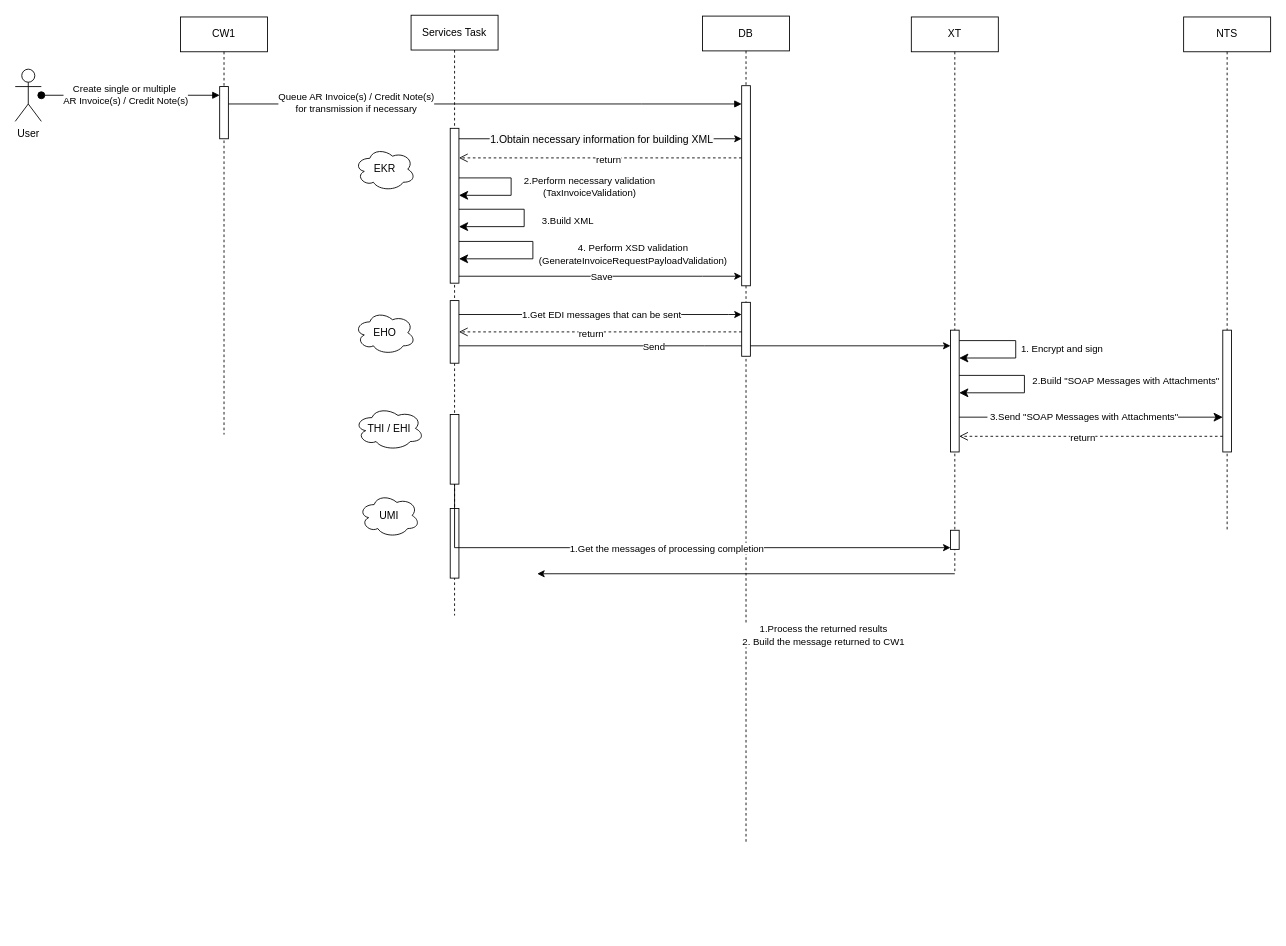
The draw.io diagram 未命名绘图.drawio in JingwenLi/MyTestProjects, before the edit. Source tidied: cells renumbered, new cells numbered last; positions are measured from the earlier drawing's top-left corner, leaving out a move shared by most shapes. Both pictures are drawn from the tidied source at 87%, with x=0, y=0 at pixel (15, 15).
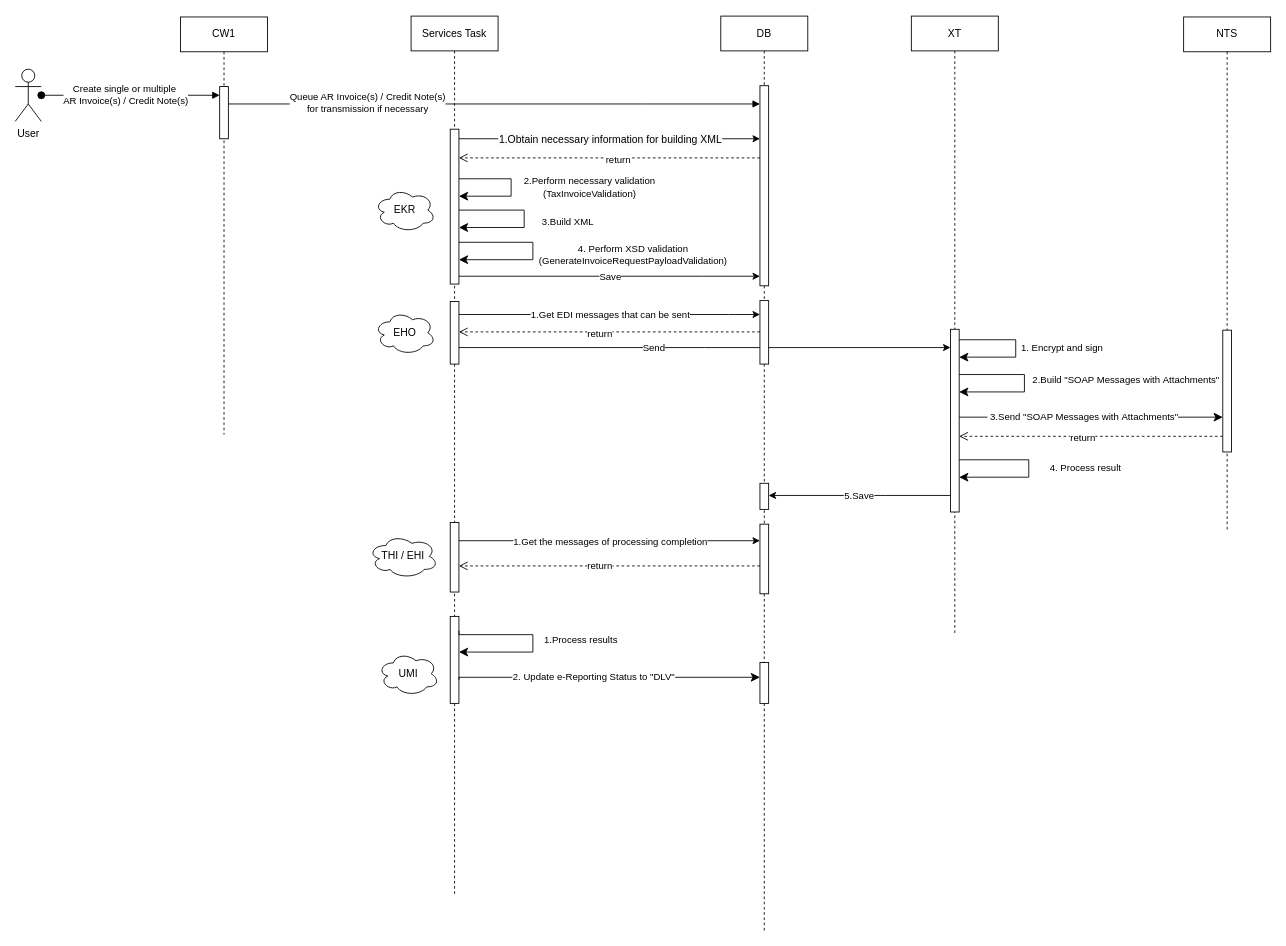
The same page after the edit.

Commit message:
更新未命名绘图.drawio

Unchanged cells that the change refers to:
```xml
<mxCell id="15" style="html=1;points=[];perimeter=orthogonalPerimeter;outlineConnect=0;targetShapes=umlLifeline;portConstraint=eastwest;newEdgeStyle={&quot;edgeStyle&quot;:&quot;elbowEdgeStyle&quot;,&quot;elbow&quot;:&quot;vertical&quot;,&quot;curved&quot;:0,&quot;rounded&quot;:0};" parent="14" vertex="1">
  <mxGeometry x="45" y="80" width="10" height="230" as="geometry" />
</mxCell>
```

The edit, as a diff of the source:
```diff
@@
+    <mxCell id="39" style="edgeStyle=elbowEdgeStyle;rounded=0;orthogonalLoop=1;jettySize=auto;html=1;elbow=vertical;curved=0;" parent="1" edge="1">
+      <mxGeometry relative="1" as="geometry">
+        <mxPoint x="510" y="382" as="sourcePoint" />
+        <mxPoint x="1075" y="382" as="targetPoint" />
+      </mxGeometry>
+    </mxCell>
+    <mxCell id="40" value="Send" style="edgeLabel;html=1;align=center;verticalAlign=middle;" parent="39" vertex="1">
+      <mxGeometry x="-0.21" relative="1" as="geometry" />
+    </mxCell>
     <mxCell id="2" value="Services Task" style="shape=umlLifeline;perimeter=lifelinePerimeter;whiteSpace=wrap;html=1;outlineConnect=0;portConstraint=eastwest;newEdgeStyle={&quot;edgeStyle&quot;:&quot;elbowEdgeStyle&quot;,&quot;elbow&quot;:&quot;vertical&quot;,&quot;curved&quot;:0,&quot;rounded&quot;:0};" parent="1" vertex="1">
-      <mxGeometry x="455" width="100" height="690" as="geometry" />
+      <mxGeometry x="455" y="1" width="100" height="1011" as="geometry" />
     </mxCell>
@@
     <mxCell id="5" style="html=1;points=[];perimeter=orthogonalPerimeter;outlineConnect=0;targetShapes=umlLifeline;portConstraint=eastwest;newEdgeStyle={&quot;edgeStyle&quot;:&quot;elbowEdgeStyle&quot;,&quot;elbow&quot;:&quot;vertical&quot;,&quot;curved&quot;:0,&quot;rounded&quot;:0};" parent="2" vertex="1">
-      <mxGeometry x="45" y="459" width="10" height="80" as="geometry" />
+      <mxGeometry x="45" y="582" width="10" height="80" as="geometry" />
     </mxCell>
     <mxCell id="6" style="html=1;points=[];perimeter=orthogonalPerimeter;outlineConnect=0;targetShapes=umlLifeline;portConstraint=eastwest;newEdgeStyle={&quot;edgeStyle&quot;:&quot;elbowEdgeStyle&quot;,&quot;elbow&quot;:&quot;vertical&quot;,&quot;curved&quot;:0,&quot;rounded&quot;:0};" parent="2" vertex="1">
-      <mxGeometry x="45" y="567" width="10" height="80" as="geometry" />
+      <mxGeometry x="45" y="690" width="10" height="100" as="geometry" />
     </mxCell>
@@
+    <mxCell id="51" value="1.Process results" style="edgeStyle=segmentEdgeStyle;endArrow=classic;html=1;curved=0;rounded=0;endSize=8;startSize=8;exitX=1;exitY=0.163;exitDx=0;exitDy=0;exitPerimeter=0;" parent="2" edge="1" source="6" target="6">
+      <mxGeometry y="55" relative="1" as="geometry">
+        <Array as="points">
+          <mxPoint x="140" y="711" />
+          <mxPoint x="140" y="731" />
+        </Array>
+        <mxPoint y="-1" as="offset" />
+      </mxGeometry>
+    </mxCell>
@@
     <mxCell id="14" value="DB" style="shape=umlLifeline;perimeter=lifelinePerimeter;whiteSpace=wrap;html=1;outlineConnect=0;portConstraint=eastwest;newEdgeStyle={&quot;edgeStyle&quot;:&quot;elbowEdgeStyle&quot;,&quot;elbow&quot;:&quot;vertical&quot;,&quot;curved&quot;:0,&quot;rounded&quot;:0};" parent="1" vertex="1">
-      <mxGeometry x="790" y="1" width="100" height="951" as="geometry" />
+      <mxGeometry x="811" y="1" width="100" height="1051" as="geometry" />
     </mxCell>
@@
+    <mxCell id="41" style="html=1;points=[];perimeter=orthogonalPerimeter;outlineConnect=0;targetShapes=umlLifeline;portConstraint=eastwest;newEdgeStyle={&quot;edgeStyle&quot;:&quot;elbowEdgeStyle&quot;,&quot;elbow&quot;:&quot;vertical&quot;,&quot;curved&quot;:0,&quot;rounded&quot;:0};" parent="14" vertex="1">
+      <mxGeometry x="45" y="327" width="10" height="73" as="geometry" />
+    </mxCell>
+    <mxCell id="20" style="html=1;points=[];perimeter=orthogonalPerimeter;outlineConnect=0;targetShapes=umlLifeline;portConstraint=eastwest;newEdgeStyle={&quot;edgeStyle&quot;:&quot;elbowEdgeStyle&quot;,&quot;elbow&quot;:&quot;vertical&quot;,&quot;curved&quot;:0,&quot;rounded&quot;:0};" parent="14" vertex="1">
+      <mxGeometry x="45" y="584" width="10" height="80" as="geometry" />
+    </mxCell>
+    <mxCell id="52" style="html=1;perimeter=orthogonalPerimeter;targetShapes=umlLifeline;newEdgeStyle={&quot;edgeStyle&quot;:&quot;elbowEdgeStyle&quot;,&quot;elbow&quot;:&quot;vertical&quot;,&quot;curved&quot;:0,&quot;rounded&quot;:0};" parent="14" vertex="1">
+      <mxGeometry x="45" y="743" width="10" height="47" as="geometry" />
+    </mxCell>
@@
     <mxCell id="18" value="XT" style="shape=umlLifeline;perimeter=lifelinePerimeter;whiteSpace=wrap;html=1;newEdgeStyle={&quot;edgeStyle&quot;:&quot;elbowEdgeStyle&quot;,&quot;elbow&quot;:&quot;vertical&quot;,&quot;curved&quot;:0,&quot;rounded&quot;:0};" parent="1" vertex="1">
-      <mxGeometry x="1030" y="2" width="100" height="640" as="geometry" />
+      <mxGeometry x="1030" y="1" width="100" height="710" as="geometry" />
     </mxCell>
     <mxCell id="19" style="html=1;points=[];perimeter=orthogonalPerimeter;outlineConnect=0;targetShapes=umlLifeline;portConstraint=eastwest;newEdgeStyle={&quot;edgeStyle&quot;:&quot;elbowEdgeStyle&quot;,&quot;elbow&quot;:&quot;vertical&quot;,&quot;curved&quot;:0,&quot;rounded&quot;:0};" parent="18" vertex="1">
-      <mxGeometry x="45" y="360" width="10" height="140" as="geometry" />
+      <mxGeometry x="45" y="360" width="10" height="210" as="geometry" />
     </mxCell>
-    <mxCell id="20" style="html=1;points=[];perimeter=orthogonalPerimeter;outlineConnect=0;targetShapes=umlLifeline;portConstraint=eastwest;newEdgeStyle={&quot;edgeStyle&quot;:&quot;elbowEdgeStyle&quot;,&quot;elbow&quot;:&quot;vertical&quot;,&quot;curved&quot;:0,&quot;rounded&quot;:0};" parent="18" vertex="1">
-      <mxGeometry x="45" y="590" width="10" height="22" as="geometry" />
-    </mxCell>
@@
+    <mxCell id="53" value="4. Process result" style="edgeStyle=segmentEdgeStyle;endArrow=classic;html=1;curved=0;rounded=0;endSize=8;startSize=8;" parent="18" edge="1" source="19" target="19">
+      <mxGeometry y="65" relative="1" as="geometry">
+        <Array as="points">
+          <mxPoint x="135" y="510" />
+          <mxPoint x="135" y="530" />
+        </Array>
+        <mxPoint y="-1" as="offset" />
+      </mxGeometry>
+    </mxCell>
@@
-    <mxCell id="25" style="edgeStyle=elbowEdgeStyle;rounded=0;orthogonalLoop=1;jettySize=auto;html=1;elbow=vertical;curved=0;" parent="1" edge="1">
+    <mxCell id="25" style="edgeStyle=elbowEdgeStyle;rounded=0;jettySize=auto;html=1;elbow=vertical;curved=0;" parent="1" edge="1" target="15">
       <mxGeometry relative="1" as="geometry">
         <mxPoint x="510" y="300" as="sourcePoint" />
-        <mxPoint x="835" y="300" as="targetPoint" />
         <Array as="points">
           <mxPoint x="790" y="300" />
           <mxPoint x="750" y="280" />
           <mxPoint x="790" y="300" />
           <mxPoint x="810" y="210" />
           <mxPoint x="790" y="230" />
           <mxPoint x="825" y="170" />
           <mxPoint x="785" y="160" />
           <mxPoint x="585" y="110" />
           <mxPoint x="615" y="100" />
         </Array>
       </mxGeometry>
     </mxCell>
@@
-    <mxCell id="27" style="edgeStyle=elbowEdgeStyle;rounded=0;orthogonalLoop=1;jettySize=auto;html=1;elbow=vertical;curved=0;" parent="1" edge="1">
-      <mxGeometry relative="1" as="geometry">
-        <mxPoint x="1080" y="642" as="sourcePoint" />
-        <mxPoint x="600" y="642" as="targetPoint" />
-      </mxGeometry>
-    </mxCell>
-    <mxCell id="28" value="1.Process the returned results&lt;br&gt;2.&amp;nbsp;Build the message returned to CW1" style="edgeLabel;html=1;align=center;verticalAlign=middle;" parent="27" vertex="1">
-      <mxGeometry x="-0.43" y="-5" relative="1" as="geometry">
-        <mxPoint x="-15" y="75" as="offset" />
-      </mxGeometry>
-    </mxCell>
     <mxCell id="29" value="EKR" style="ellipse;shape=cloud;whiteSpace=wrap;html=1;" parent="1" vertex="1">
-      <mxGeometry x="390" y="152" width="70" height="50" as="geometry" />
+      <mxGeometry x="413" y="199" width="70" height="50" as="geometry" />
     </mxCell>
     <mxCell id="30" value="EHO" style="ellipse;shape=cloud;whiteSpace=wrap;html=1;" parent="1" vertex="1">
-      <mxGeometry x="390" y="340" width="70" height="50" as="geometry" />
+      <mxGeometry x="413" y="340" width="70" height="50" as="geometry" />
     </mxCell>
     <mxCell id="31" value="THI / EHI" style="ellipse;shape=cloud;whiteSpace=wrap;html=1;" parent="1" vertex="1">
-      <mxGeometry x="390" y="450" width="80" height="50" as="geometry" />
+      <mxGeometry x="406" y="597" width="80" height="50" as="geometry" />
     </mxCell>
     <mxCell id="32" value="UMI" style="ellipse;shape=cloud;whiteSpace=wrap;html=1;" parent="1" vertex="1">
-      <mxGeometry x="395" y="550" width="70" height="50" as="geometry" />
+      <mxGeometry x="417" y="732" width="70" height="50" as="geometry" />
     </mxCell>
@@
-    <mxCell id="35" style="html=1;verticalAlign=bottom;endArrow=open;dashed=1;endSize=8;edgeStyle=elbowEdgeStyle;elbow=vertical;curved=0;rounded=0;" parent="1" edge="1">
+    <mxCell id="35" style="html=1;verticalAlign=bottom;endArrow=open;dashed=1;endSize=8;edgeStyle=elbowEdgeStyle;elbow=vertical;curved=0;rounded=0;" parent="1" edge="1" source="15">
       <mxGeometry x="0.02" y="4" relative="1" as="geometry">
-        <mxPoint x="835" y="164" as="sourcePoint" />
         <mxPoint x="510" y="164" as="targetPoint" />
         <Array as="points">
           <mxPoint x="650" y="164" />
         </Array>
       </mxGeometry>
     </mxCell>
@@
-    <mxCell id="37" style="edgeStyle=elbowEdgeStyle;rounded=0;orthogonalLoop=1;jettySize=auto;html=1;elbow=vertical;curved=0;" parent="1" edge="1">
+    <mxCell id="37" style="edgeStyle=elbowEdgeStyle;rounded=0;jettySize=auto;html=1;elbow=vertical;curved=0;" parent="1" edge="1" target="41">
       <mxGeometry x="0.12" y="10" relative="1" as="geometry">
         <mxPoint x="510" y="344" as="sourcePoint" />
-        <mxPoint x="835" y="344" as="targetPoint" />
         <Array as="points">
           <mxPoint x="820" y="344" />
         </Array>
       </mxGeometry>
     </mxCell>
@@
-    <mxCell id="39" style="edgeStyle=elbowEdgeStyle;rounded=0;orthogonalLoop=1;jettySize=auto;html=1;elbow=vertical;curved=0;" parent="1" edge="1">
-      <mxGeometry relative="1" as="geometry">
-        <mxPoint x="510" y="380" as="sourcePoint" />
-        <mxPoint x="1075" y="380" as="targetPoint" />
-      </mxGeometry>
-    </mxCell>
-    <mxCell id="40" value="Send" style="edgeLabel;html=1;align=center;verticalAlign=middle;" parent="39" vertex="1">
-      <mxGeometry x="-0.21" relative="1" as="geometry" />
-    </mxCell>
-    <mxCell id="41" style="html=1;points=[];perimeter=orthogonalPerimeter;outlineConnect=0;targetShapes=umlLifeline;portConstraint=eastwest;newEdgeStyle={&quot;edgeStyle&quot;:&quot;elbowEdgeStyle&quot;,&quot;elbow&quot;:&quot;vertical&quot;,&quot;curved&quot;:0,&quot;rounded&quot;:0};" parent="1" vertex="1">
-      <mxGeometry x="835" y="330" width="10" height="62" as="geometry" />
-    </mxCell>
@@
-    <mxCell id="44" style="html=1;verticalAlign=bottom;endArrow=open;dashed=1;endSize=8;edgeStyle=elbowEdgeStyle;elbow=vertical;curved=0;rounded=0;" parent="1" edge="1">
+    <mxCell id="44" style="html=1;verticalAlign=bottom;endArrow=open;dashed=1;endSize=8;edgeStyle=elbowEdgeStyle;elbow=vertical;curved=0;rounded=0;" parent="1" edge="1" source="41">
       <mxGeometry x="-0.11" y="-15" relative="1" as="geometry">
-        <mxPoint x="835" y="364" as="sourcePoint" />
         <mxPoint x="510" y="364" as="targetPoint" />
       </mxGeometry>
     </mxCell>
@@
-    <mxCell id="46" style="edgeStyle=elbowEdgeStyle;rounded=0;jettySize=auto;html=1;elbow=vertical;curved=0;" parent="1" edge="1" source="5" target="20">
+    <mxCell id="46" style="edgeStyle=elbowEdgeStyle;rounded=0;orthogonalLoop=1;jettySize=auto;html=1;elbow=vertical;curved=0;" parent="1" edge="1">
       <mxGeometry x="0.12" y="10" relative="1" as="geometry">
+        <mxPoint x="510" y="604" as="sourcePoint" />
+        <mxPoint x="856" y="604" as="targetPoint" />
         <Array as="points">
-          <mxPoint x="1050" y="612" />
-          <mxPoint x="820" y="472" />
+          <mxPoint x="690" y="604" />
         </Array>
       </mxGeometry>
     </mxCell>
@@
+    <mxCell id="54" style="edgeStyle=elbowEdgeStyle;rounded=0;jettySize=auto;html=1;elbow=vertical;curved=0;" parent="1" edge="1" source="56" target="14">
+      <mxGeometry relative="1" as="geometry" />
+    </mxCell>
+    <mxCell id="55" value="5.Save" style="edgeStyle=elbowEdgeStyle;rounded=0;jettySize=auto;html=1;elbow=vertical;curved=0;" parent="1" edge="1" source="19" target="56">
+      <mxGeometry relative="1" as="geometry">
+        <Array as="points">
+          <mxPoint x="1000" y="552" />
+        </Array>
+      </mxGeometry>
+    </mxCell>
+    <mxCell id="56" style="html=1;points=[];perimeter=orthogonalPerimeter;outlineConnect=0;targetShapes=umlLifeline;portConstraint=eastwest;newEdgeStyle={&quot;edgeStyle&quot;:&quot;elbowEdgeStyle&quot;,&quot;elbow&quot;:&quot;vertical&quot;,&quot;curved&quot;:0,&quot;rounded&quot;:0};" parent="1" vertex="1">
+      <mxGeometry x="856" y="538" width="10" height="30" as="geometry" />
+    </mxCell>
+    <mxCell id="57" style="html=1;verticalAlign=bottom;endArrow=open;dashed=1;endSize=8;edgeStyle=elbowEdgeStyle;elbow=vertical;curved=0;rounded=0;" parent="1" edge="1">
+      <mxGeometry x="-0.11" y="-15" relative="1" as="geometry">
+        <mxPoint x="856" y="633" as="sourcePoint" />
+        <mxPoint x="510" y="633" as="targetPoint" />
+        <Array as="points">
+          <mxPoint x="800" y="633" />
+          <mxPoint x="860" y="623" />
+        </Array>
+      </mxGeometry>
+    </mxCell>
+    <mxCell id="58" value="return" style="edgeLabel;html=1;align=center;verticalAlign=middle;" parent="57" vertex="1">
+      <mxGeometry x="0.07" y="1" relative="1" as="geometry">
+        <mxPoint y="-2" as="offset" />
+      </mxGeometry>
+    </mxCell>
+    <mxCell id="59" style="edgeStyle=segmentEdgeStyle;endArrow=classic;html=1;curved=0;rounded=0;endSize=8;startSize=8;exitX=1;exitY=0.163;exitDx=0;exitDy=0;exitPerimeter=0;" parent="1" edge="1">
+      <mxGeometry x="-0.08" y="-3" relative="1" as="geometry">
+        <mxPoint x="510" y="764" as="sourcePoint" />
+        <mxPoint x="856" y="761" as="targetPoint" />
+        <Array as="points">
+          <mxPoint x="510" y="761" />
+        </Array>
+      </mxGeometry>
+    </mxCell>
+    <mxCell id="60" value="2. Update e-Reporting Status to &quot;DLV&quot;" style="edgeLabel;html=1;align=center;verticalAlign=middle;" parent="59" vertex="1">
+      <mxGeometry x="-0.1" y="-4" relative="1" as="geometry">
+        <mxPoint y="-5" as="offset" />
+      </mxGeometry>
+    </mxCell>
```
